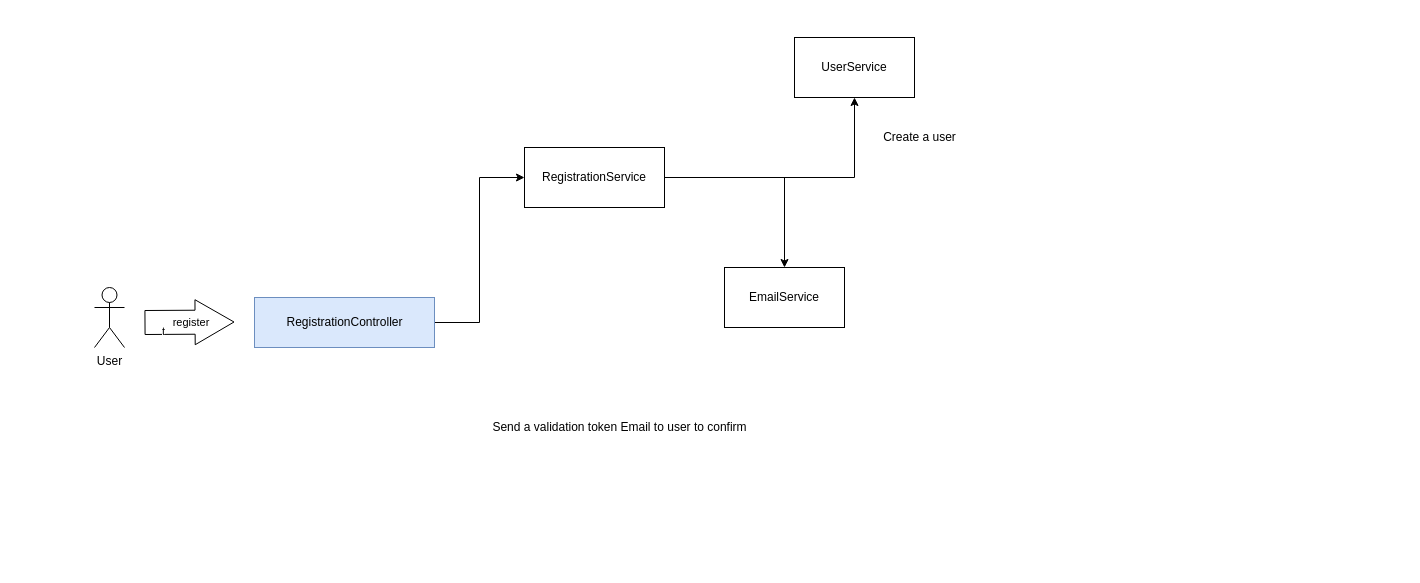
This is src/main/resources/Untitled Diagram.drawio from foxlovecat1989/StockPortfolio, a draw.io file, before an edit. Source tidied: cells renumbered, new cells numbered last; positions are measured from the earlier drawing's top-left corner, leaving out a move shared by most shapes. Both pictures are drawn from the tidied source at 100%, with x=0, y=0 at pixel (94, 37).
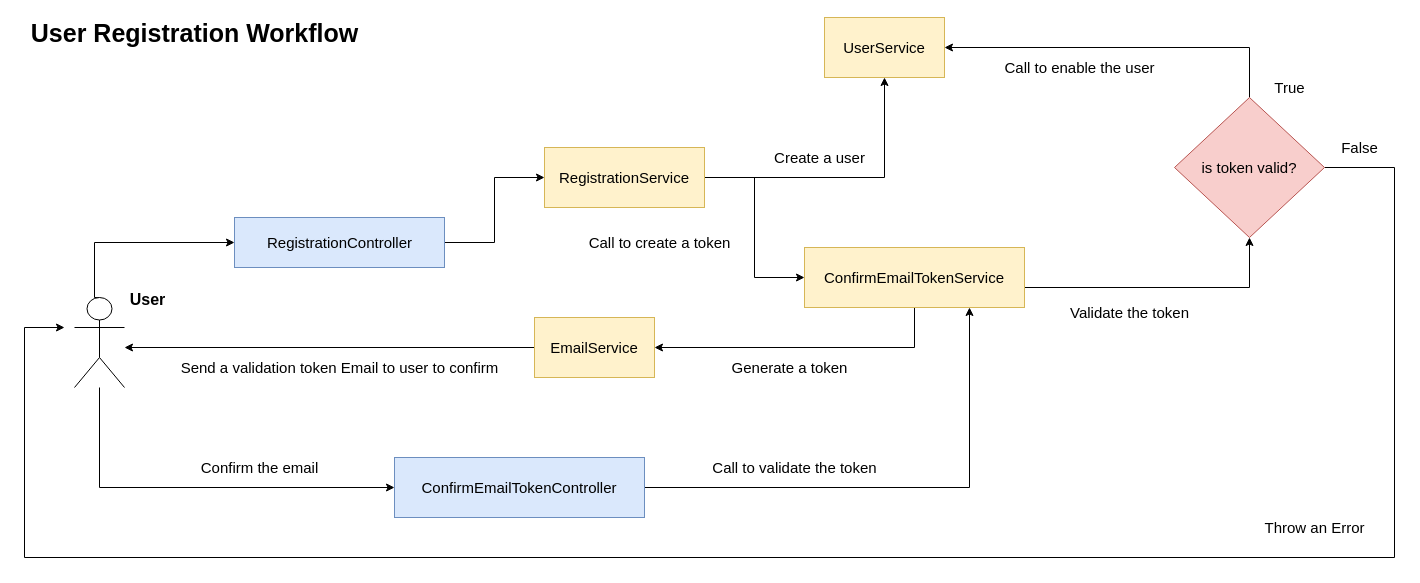
The same page after the edit.

Diff of the diagram source:
```diff
@@
+    <mxCell id="14" style="edgeStyle=orthogonalEdgeStyle;rounded=0;jettySize=auto;html=1;exitX=0.5;exitY=0;exitDx=0;exitDy=0;exitPerimeter=0;fontFamily=Helvetica;fontSize=15;" parent="1" edge="1" source="2" target="4">
+      <mxGeometry relative="1" as="geometry">
+        <Array as="points">
+          <mxPoint y="205" />
+        </Array>
+      </mxGeometry>
+    </mxCell>
+    <mxCell id="15" style="edgeStyle=orthogonalEdgeStyle;rounded=0;jettySize=auto;html=1;fontFamily=Helvetica;fontSize=15;entryX=0;entryY=0.5;entryDx=0;entryDy=0;" parent="1" edge="1" source="2" target="19">
+      <mxGeometry relative="1" as="geometry">
+        <Array as="points">
+          <mxPoint x="5" y="450" />
+        </Array>
+      </mxGeometry>
+    </mxCell>
+    <mxCell id="16" value="User" style="edgeLabel;html=1;align=center;verticalAlign=middle;fontSize=16;fontFamily=Helvetica;fontStyle=1;" parent="15" vertex="1">
+      <mxGeometry x="0.86" relative="1" as="geometry">
+        <mxPoint x="-220" y="-189" as="offset" />
+      </mxGeometry>
+    </mxCell>
-    <mxCell id="2" value="User" style="shape=umlActor;verticalLabelPosition=bottom;verticalAlign=top;html=1;outlineConnect=0;" parent="1" vertex="1">
-      <mxGeometry y="250" width="30" height="60" as="geometry" />
+    <mxCell id="2" style="shape=umlActor;verticalLabelPosition=bottom;verticalAlign=top;html=1;outlineConnect=0;fontFamily=Helvetica;fontStyle=0;fontSize=15;" parent="1" vertex="1">
+      <mxGeometry x="-20" y="260" width="50" height="90" as="geometry" />
     </mxCell>
-    <mxCell id="3" style="edgeStyle=orthogonalEdgeStyle;rounded=0;jettySize=auto;html=1;exitX=1;exitY=0.5;exitDx=0;exitDy=0;entryX=0;entryY=0.5;entryDx=0;entryDy=0;" parent="1" edge="1" source="4" target="9">
+    <mxCell id="3" style="edgeStyle=orthogonalEdgeStyle;rounded=0;jettySize=auto;html=1;exitX=1;exitY=0.5;exitDx=0;exitDy=0;entryX=0;entryY=0.5;entryDx=0;entryDy=0;fontFamily=Helvetica;fontStyle=0;fontSize=15;" parent="1" edge="1" source="4" target="9">
       <mxGeometry relative="1" as="geometry" />
     </mxCell>
-    <mxCell id="4" value="RegistrationController" style="html=1;fillColor=#dae8fc;strokeColor=#6c8ebf;" parent="1" vertex="1">
-      <mxGeometry x="160" y="260" width="180" height="50" as="geometry" />
+    <mxCell id="4" value="RegistrationController" style="html=1;fillColor=#dae8fc;strokeColor=#6c8ebf;fontFamily=Helvetica;fontStyle=0;fontSize=15;" parent="1" vertex="1">
+      <mxGeometry x="140" y="180" width="210" height="50" as="geometry" />
     </mxCell>
-    <mxCell id="5" value="&amp;nbsp;register" style="shape=flexArrow;endArrow=classic;html=1;rounded=0;width=24;endSize=12.64;" parent="1" edge="1">
-      <mxGeometry relative="1" as="geometry">
-        <mxPoint x="50" y="285" as="sourcePoint" />
-        <mxPoint x="140" y="284.5" as="targetPoint" />
-      </mxGeometry>
-    </mxCell>
-    <mxCell id="6" value="t" style="edgeLabel;html=1;align=center;verticalAlign=middle;" parent="5" vertex="1">
-      <mxGeometry x="-0.6" y="-9" relative="1" as="geometry" />
-    </mxCell>
-    <mxCell id="7" style="edgeStyle=orthogonalEdgeStyle;rounded=0;jettySize=auto;html=1;exitX=1;exitY=0.5;exitDx=0;exitDy=0;" parent="1" edge="1" source="9" target="10">
+    <mxCell id="7" style="edgeStyle=orthogonalEdgeStyle;rounded=0;jettySize=auto;html=1;exitX=1;exitY=0.5;exitDx=0;exitDy=0;fontFamily=Helvetica;fontStyle=0;fontSize=15;" parent="1" edge="1" source="9" target="10">
       <mxGeometry relative="1" as="geometry" />
     </mxCell>
-    <mxCell id="8" style="edgeStyle=orthogonalEdgeStyle;rounded=0;jettySize=auto;html=1;" parent="1" edge="1" source="9" target="11">
+    <mxCell id="8" style="edgeStyle=orthogonalEdgeStyle;rounded=0;jettySize=auto;html=1;fontFamily=Helvetica;fontStyle=0;fontSize=15;entryX=0;entryY=0.5;entryDx=0;entryDy=0;" parent="1" edge="1" source="9" target="23">
       <mxGeometry relative="1" as="geometry" />
     </mxCell>
-    <mxCell id="9" value="RegistrationService" style="rounded=0;whiteSpace=wrap;html=1;" parent="1" vertex="1">
-      <mxGeometry x="430" y="110" width="140" height="60" as="geometry" />
+    <mxCell id="9" value="RegistrationService" style="rounded=0;whiteSpace=wrap;html=1;fontFamily=Helvetica;fontStyle=0;fontSize=15;fillColor=#fff2cc;strokeColor=#d6b656;" parent="1" vertex="1">
+      <mxGeometry x="450" y="110" width="160" height="60" as="geometry" />
     </mxCell>
-    <mxCell id="10" value="UserService" style="rounded=0;whiteSpace=wrap;html=1;" parent="1" vertex="1">
-      <mxGeometry x="700" width="120" height="60" as="geometry" />
+    <mxCell id="10" value="UserService" style="rounded=0;whiteSpace=wrap;html=1;fontFamily=Helvetica;fontStyle=0;fontSize=15;fillColor=#fff2cc;strokeColor=#d6b656;" parent="1" vertex="1">
+      <mxGeometry x="730" y="-20" width="120" height="60" as="geometry" />
     </mxCell>
+    <mxCell id="17" style="edgeStyle=orthogonalEdgeStyle;rounded=0;jettySize=auto;html=1;exitX=0.5;exitY=1;exitDx=0;exitDy=0;fontSize=15;fontFamily=Helvetica;fontStyle=0;" parent="1" edge="1" source="11" target="2">
+      <mxGeometry relative="1" as="geometry">
+        <Array as="points">
+          <mxPoint x="480" y="310" />
+        </Array>
+      </mxGeometry>
+    </mxCell>
-    <mxCell id="11" value="EmailService" style="rounded=0;whiteSpace=wrap;html=1;" parent="1" vertex="1">
-      <mxGeometry x="630" y="230" width="120" height="60" as="geometry" />
+    <mxCell id="11" value="EmailService" style="rounded=0;whiteSpace=wrap;html=1;fontFamily=Helvetica;fontStyle=0;fontSize=15;fillColor=#fff2cc;strokeColor=#d6b656;" parent="1" vertex="1">
+      <mxGeometry x="440" y="280" width="120" height="60" as="geometry" />
     </mxCell>
-    <mxCell id="12" value="Create a user" style="text;html=1;align=center;verticalAlign=middle;fillColor=none;strokeColor=none;rounded=0;" parent="1" vertex="1">
-      <mxGeometry x="780" y="90" width="90" height="20" as="geometry" />
+    <mxCell id="12" value="Create a user" style="text;html=1;align=center;verticalAlign=middle;fillColor=none;strokeColor=none;rounded=0;fontFamily=Helvetica;fontStyle=0;fontSize=15;" parent="1" vertex="1">
+      <mxGeometry x="670" y="110" width="110" height="20" as="geometry" />
     </mxCell>
-    <mxCell id="13" value="Send a validation token Email to user to confirm" style="text;html=1;align=center;verticalAlign=middle;fillColor=none;strokeColor=none;rounded=0;" parent="1" vertex="1">
-      <mxGeometry x="390" y="380" width="270" height="20" as="geometry" />
+    <mxCell id="13" value="Send a validation token Email to user to confirm" style="text;html=1;align=center;verticalAlign=middle;fillColor=none;strokeColor=none;rounded=0;fontFamily=Helvetica;fontStyle=0;fontSize=15;" parent="1" vertex="1">
+      <mxGeometry x="80" y="320" width="330" height="20" as="geometry" />
     </mxCell>
+    <mxCell id="18" style="edgeStyle=orthogonalEdgeStyle;rounded=0;jettySize=auto;html=1;exitX=1;exitY=0.5;exitDx=0;exitDy=0;entryX=0.75;entryY=1;entryDx=0;entryDy=0;fontFamily=Helvetica;fontSize=15;" parent="1" edge="1" source="19" target="23">
+      <mxGeometry relative="1" as="geometry" />
+    </mxCell>
+    <mxCell id="19" value="ConfirmEmailTokenController" style="whiteSpace=wrap;html=1;fontSize=15;fontFamily=Helvetica;fontStyle=0;fillColor=#dae8fc;strokeColor=#6c8ebf;" parent="1" vertex="1">
+      <mxGeometry x="300" y="420" width="250" height="60" as="geometry" />
+    </mxCell>
+    <mxCell id="20" value="Confirm the email" style="text;html=1;align=center;verticalAlign=middle;fillColor=none;strokeColor=none;rounded=0;fontFamily=Helvetica;fontSize=15;" parent="1" vertex="1">
+      <mxGeometry x="100" y="420" width="130" height="20" as="geometry" />
+    </mxCell>
+    <mxCell id="21" style="edgeStyle=orthogonalEdgeStyle;rounded=0;jettySize=auto;html=1;exitX=0.5;exitY=1;exitDx=0;exitDy=0;entryX=1;entryY=0.5;entryDx=0;entryDy=0;fontFamily=Helvetica;fontSize=15;" parent="1" edge="1" source="23" target="11">
+      <mxGeometry relative="1" as="geometry" />
+    </mxCell>
+    <mxCell id="22" style="edgeStyle=orthogonalEdgeStyle;rounded=0;jettySize=auto;html=1;exitX=1;exitY=0.5;exitDx=0;exitDy=0;fontFamily=Helvetica;fontSize=15;entryX=0.5;entryY=1;entryDx=0;entryDy=0;" parent="1" edge="1" source="23" target="28">
+      <mxGeometry relative="1" as="geometry">
+        <Array as="points">
+          <mxPoint x="930" y="250" />
+          <mxPoint x="1155" y="250" />
+        </Array>
+      </mxGeometry>
+    </mxCell>
+    <mxCell id="23" value="ConfirmEmailTokenService" style="whiteSpace=wrap;html=1;fontFamily=Helvetica;fontSize=15;fillColor=#fff2cc;strokeColor=#d6b656;" parent="1" vertex="1">
+      <mxGeometry x="710" y="210" width="220" height="60" as="geometry" />
+    </mxCell>
+    <mxCell id="24" value="Generate a token" style="text;html=1;align=center;verticalAlign=middle;fillColor=none;strokeColor=none;rounded=0;fontFamily=Helvetica;fontSize=15;" parent="1" vertex="1">
+      <mxGeometry x="630" y="320" width="130" height="20" as="geometry" />
+    </mxCell>
+    <mxCell id="25" value="Call to validate the token" style="text;html=1;align=center;verticalAlign=middle;fillColor=none;strokeColor=none;rounded=0;fontFamily=Helvetica;fontSize=15;" parent="1" vertex="1">
+      <mxGeometry x="610" y="420" width="180" height="20" as="geometry" />
+    </mxCell>
+    <mxCell id="26" style="edgeStyle=orthogonalEdgeStyle;rounded=0;jettySize=auto;html=1;entryX=1;entryY=0.5;entryDx=0;entryDy=0;fontFamily=Helvetica;fontSize=15;" parent="1" edge="1" source="28" target="10">
+      <mxGeometry relative="1" as="geometry">
+        <Array as="points">
+          <mxPoint x="1155" y="10" />
+          <mxPoint x="850" y="10" />
+        </Array>
+      </mxGeometry>
+    </mxCell>
+    <mxCell id="27" style="edgeStyle=orthogonalEdgeStyle;rounded=0;jettySize=auto;html=1;exitX=1;exitY=0.5;exitDx=0;exitDy=0;fontFamily=Helvetica;fontSize=15;" parent="1" edge="1" source="28">
+      <mxGeometry relative="1" as="geometry">
+        <mxPoint x="-30" y="290" as="targetPoint" />
+        <Array as="points">
+          <mxPoint x="1300" y="130" />
+          <mxPoint x="1300" y="520" />
+          <mxPoint x="-70" y="520" />
+          <mxPoint x="-70" y="290" />
+        </Array>
+      </mxGeometry>
+    </mxCell>
+    <mxCell id="28" value="is token valid?" style="rhombus;whiteSpace=wrap;html=1;fontFamily=Helvetica;fontSize=15;fillColor=#f8cecc;strokeColor=#b85450;" parent="1" vertex="1">
+      <mxGeometry x="1080" y="60" width="150" height="140" as="geometry" />
+    </mxCell>
+    <mxCell id="29" value="Call to enable the user" style="text;html=1;align=center;verticalAlign=middle;fillColor=none;strokeColor=none;rounded=0;fontFamily=Helvetica;fontSize=15;" parent="1" vertex="1">
+      <mxGeometry x="900" y="20" width="170" height="20" as="geometry" />
+    </mxCell>
+    <mxCell id="30" value="True" style="text;html=1;align=center;verticalAlign=middle;fillColor=none;strokeColor=none;rounded=0;fontFamily=Helvetica;fontSize=15;" parent="1" vertex="1">
+      <mxGeometry x="1170" y="40" width="50" height="20" as="geometry" />
+    </mxCell>
+    <mxCell id="31" value="&lt;font size=&quot;1&quot;&gt;&lt;b style=&quot;font-size: 25px&quot;&gt;User Registration Workflow&lt;/b&gt;&lt;/font&gt;" style="text;html=1;align=center;verticalAlign=middle;fillColor=none;strokeColor=none;rounded=0;fontFamily=Helvetica;fontSize=15;" parent="1" vertex="1">
+      <mxGeometry x="-70" y="-20" width="340" height="30" as="geometry" />
+    </mxCell>
+    <mxCell id="32" value="False" style="text;html=1;align=center;verticalAlign=middle;fillColor=none;strokeColor=none;rounded=0;fontFamily=Helvetica;fontSize=15;" parent="1" vertex="1">
+      <mxGeometry x="1240" y="100" width="50" height="20" as="geometry" />
+    </mxCell>
+    <mxCell id="33" value="&lt;font style=&quot;font-size: 15px;&quot;&gt;Call to create a token&lt;/font&gt;" style="text;html=1;align=center;verticalAlign=middle;fillColor=none;strokeColor=none;rounded=0;fontFamily=Helvetica;fontSize=15;" parent="1" vertex="1">
+      <mxGeometry x="485" y="195" width="160" height="20" as="geometry" />
+    </mxCell>
+    <mxCell id="34" value="Throw an Error" style="text;html=1;align=center;verticalAlign=middle;fillColor=none;strokeColor=none;rounded=0;fontFamily=Helvetica;fontSize=15;" parent="1" vertex="1">
+      <mxGeometry x="1160" y="480" width="120" height="20" as="geometry" />
+    </mxCell>
+    <mxCell id="35" value="&lt;font style=&quot;font-size: 15px&quot;&gt;Validate the token&lt;/font&gt;" style="text;html=1;align=center;verticalAlign=middle;fillColor=none;strokeColor=none;rounded=0;fontFamily=Helvetica;fontSize=16;" parent="1" vertex="1">
+      <mxGeometry x="970" y="260" width="130" height="30" as="geometry" />
+    </mxCell>
```
